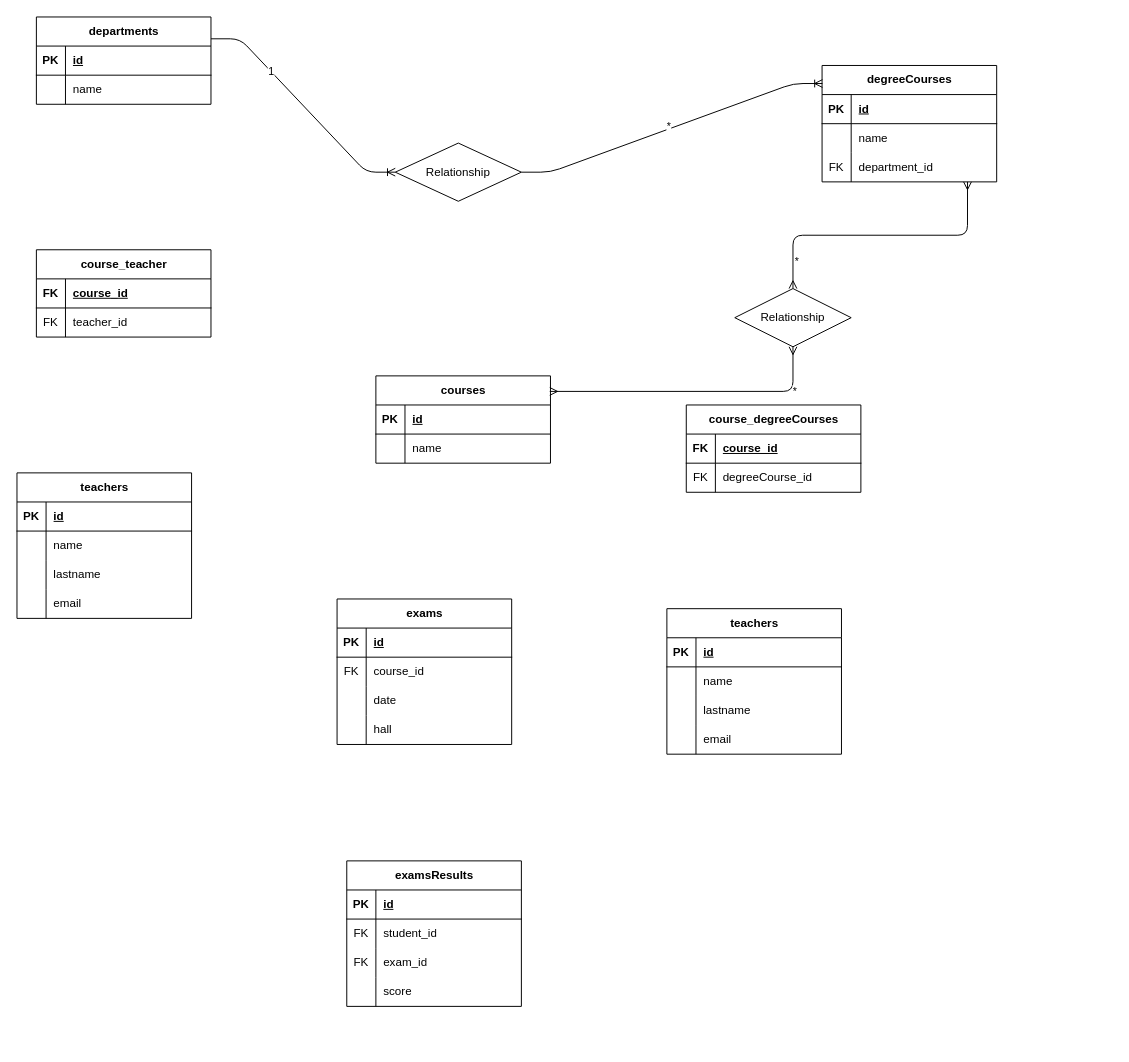
NavodContrath/db-university keeps this draw.io diagram as university.DRAWIO. Above is the earlier version. Source tidied: cells renumbered, new cells numbered last; positions are measured from the earlier drawing's top-left corner, leaving out a move shared by most shapes. Both pictures are drawn from the tidied source at 97%, with x=0, y=0 at pixel (16, 16).
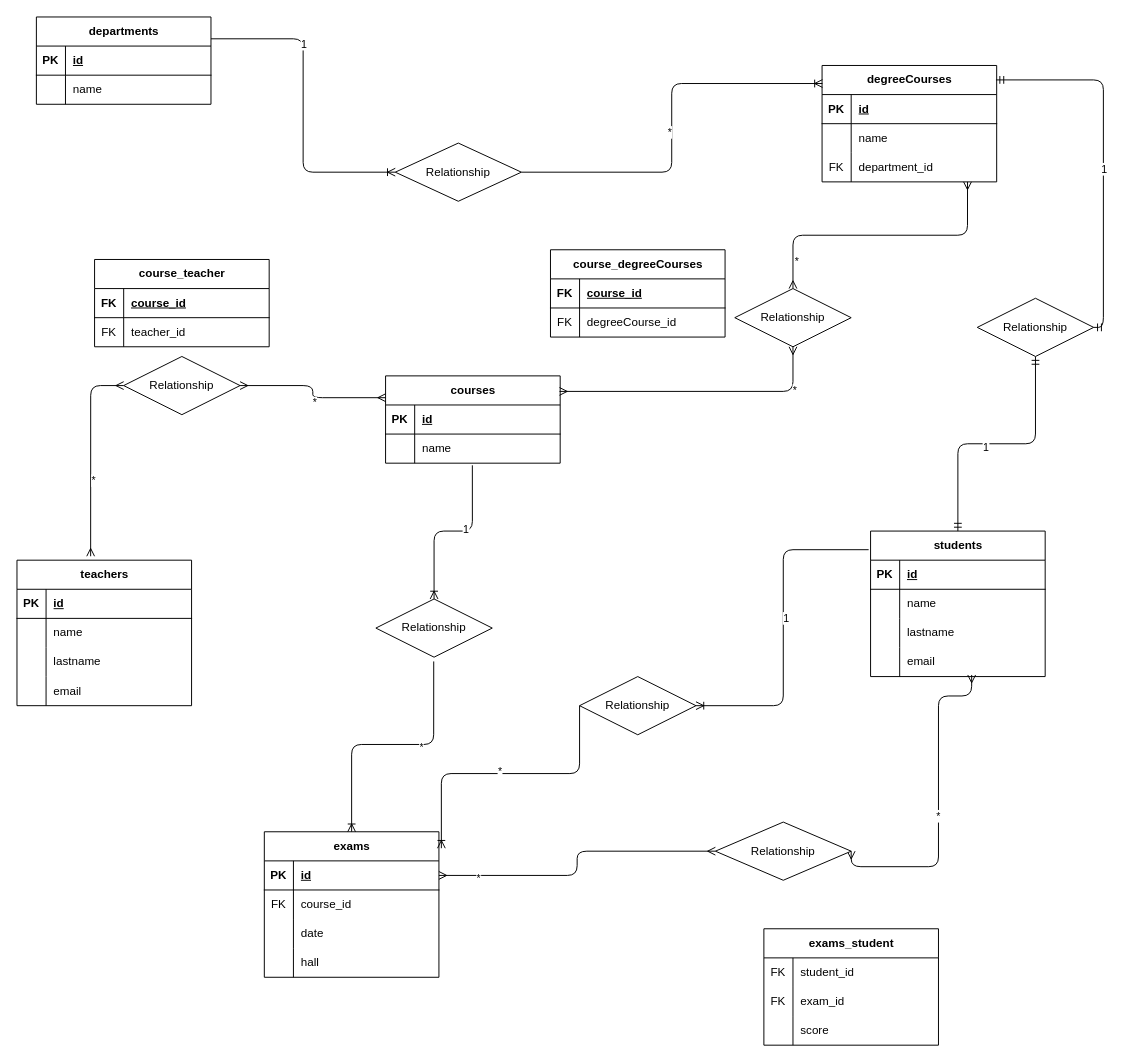
The same diagram, later.

Commit message:
Update university diagram to adjust entity positions and add relationships

The change refers to these unchanged cells:
```xml
<mxCell id="2" value="departments" style="shape=table;startSize=30;childLayout=tableLayout;rowLines=0;fontStyle=1;align=center;html=1;" parent="1" vertex="1">
  <mxGeometry x="20" width="180" height="90" as="geometry" />
</mxCell>
<mxCell id="9" value="degreeCourses" style="shape=table;startSize=30;childLayout=tableLayout;rowLines=0;fontStyle=1;align=center;html=1;" parent="1" vertex="1">
  <mxGeometry x="830" y="50" width="180" height="120" as="geometry" />
</mxCell>
<mxCell id="23" style="shape=tableRow;horizontal=0;startSize=0;swimlaneHead=0;swimlaneBody=0;fillColor=none;points=[[0,0.5],[1,0.5]];portConstraint=eastwest;top=0;left=0;right=0;bottom=0;" parent="19" vertex="1">
  <mxGeometry y="60" width="180" height="30" as="geometry" />
</mxCell>
<mxCell id="56" style="shape=tableRow;horizontal=0;startSize=0;swimlaneHead=0;swimlaneBody=0;fillColor=none;points=[[0,0.5],[1,0.5]];portConstraint=eastwest;top=0;left=0;right=0;bottom=0;" parent="46" vertex="1">
  <mxGeometry y="120" width="180" height="30" as="geometry" />
</mxCell>
<mxCell id="67" style="shape=tableRow;horizontal=0;startSize=0;swimlaneHead=0;swimlaneBody=0;fillColor=none;points=[[0,0.5],[1,0.5]];portConstraint=eastwest;top=0;left=0;right=0;bottom=1;" parent="66" vertex="1">
  <mxGeometry y="30" width="180" height="30" as="geometry" />
</mxCell>
<mxCell id="96" value="Relationship" style="shape=rhombus;perimeter=rhombusPerimeter;whiteSpace=wrap;html=1;align=center;" parent="1" vertex="1">
  <mxGeometry x="390" y="130" width="130" height="60" as="geometry" />
</mxCell>
```

Diff of the diagram source:
```diff
@@
     <mxCell id="19" value="courses" style="shape=table;startSize=30;childLayout=tableLayout;rowLines=0;fontStyle=1;align=center;html=1;" parent="1" vertex="1">
-      <mxGeometry x="370" y="370" width="180" height="90" as="geometry" />
+      <mxGeometry x="380" y="370" width="180" height="90" as="geometry" />
     </mxCell>
@@
     <mxCell id="26" value="course_degreeCourses" style="shape=table;startSize=30;childLayout=tableLayout;rowLines=0;fontStyle=1;align=center;html=1;" parent="1" vertex="1">
-      <mxGeometry x="690" y="400" width="180" height="90" as="geometry" />
+      <mxGeometry x="550" y="240" width="180" height="90" as="geometry" />
     </mxCell>
@@
     <mxCell id="33" value="teachers" style="shape=table;startSize=30;childLayout=tableLayout;rowLines=0;fontStyle=1;align=center;html=1;" parent="1" vertex="1">
-      <mxGeometry y="470" width="180" height="150" as="geometry" />
+      <mxGeometry y="560" width="180" height="150" as="geometry" />
     </mxCell>
@@
-    <mxCell id="46" value="teachers" style="shape=table;startSize=30;childLayout=tableLayout;rowLines=0;fontStyle=1;align=center;html=1;" parent="1" vertex="1">
-      <mxGeometry x="670" y="610" width="180" height="150" as="geometry" />
+    <mxCell id="46" value="students" style="shape=table;startSize=30;childLayout=tableLayout;rowLines=0;fontStyle=1;align=center;html=1;" parent="1" vertex="1">
+      <mxGeometry x="880" y="530" width="180" height="150" as="geometry" />
     </mxCell>
@@
     <mxCell id="59" value="course_teacher" style="shape=table;startSize=30;childLayout=tableLayout;rowLines=0;fontStyle=1;align=center;html=1;" parent="1" vertex="1">
-      <mxGeometry x="20" y="240" width="180" height="90" as="geometry" />
+      <mxGeometry x="80" y="250" width="180" height="90" as="geometry" />
     </mxCell>
@@
     <mxCell id="66" value="exams" style="shape=table;startSize=30;childLayout=tableLayout;rowLines=0;fontStyle=1;align=center;html=1;" parent="1" vertex="1">
-      <mxGeometry x="330" y="600" width="180" height="150" as="geometry" />
+      <mxGeometry x="255" y="840" width="180" height="150" as="geometry" />
     </mxCell>
@@
-    <mxCell id="79" value="examsResults" style="shape=table;startSize=30;childLayout=tableLayout;rowLines=0;fontStyle=1;align=center;html=1;" parent="1" vertex="1">
-      <mxGeometry x="340" y="870" width="180" height="150" as="geometry" />
-    </mxCell>
-    <mxCell id="80" style="shape=tableRow;horizontal=0;startSize=0;swimlaneHead=0;swimlaneBody=0;fillColor=none;top=0;left=0;right=0;bottom=1;" parent="79" vertex="1">
-      <mxGeometry y="30" width="180" height="30" as="geometry" />
-    </mxCell>
-    <mxCell id="81" value="PK" style="shape=partialRectangle;fillColor=none;top=0;left=0;bottom=0;right=0;fontStyle=1;overflow=hidden;whiteSpace=wrap;html=1;" parent="80" vertex="1">
-      <mxGeometry width="30" height="30" as="geometry" />
-    </mxCell>
-    <mxCell id="82" value="id" style="shape=partialRectangle;fillColor=none;top=0;left=0;bottom=0;right=0;align=left;spacingLeft=6;fontStyle=5;overflow=hidden;whiteSpace=wrap;html=1;" parent="80" vertex="1">
-      <mxGeometry x="30" width="150" height="30" as="geometry" />
-    </mxCell>
-    <mxCell id="83" style="shape=tableRow;horizontal=0;startSize=0;swimlaneHead=0;swimlaneBody=0;fillColor=none;top=0;left=0;right=0;bottom=0;" parent="79" vertex="1">
-      <mxGeometry y="60" width="180" height="30" as="geometry" />
-    </mxCell>
-    <mxCell id="84" value="FK" style="shape=partialRectangle;fillColor=none;top=0;left=0;bottom=0;right=0;overflow=hidden;whiteSpace=wrap;html=1;" parent="83" vertex="1">
-      <mxGeometry width="30" height="30" as="geometry" />
-    </mxCell>
-    <mxCell id="85" value="student_id" style="shape=partialRectangle;fillColor=none;top=0;left=0;bottom=0;right=0;align=left;spacingLeft=6;overflow=hidden;whiteSpace=wrap;html=1;" parent="83" vertex="1">
-      <mxGeometry x="30" width="150" height="30" as="geometry" />
-    </mxCell>
-    <mxCell id="86" style="shape=tableRow;horizontal=0;startSize=0;swimlaneHead=0;swimlaneBody=0;fillColor=none;top=0;left=0;right=0;bottom=0;" parent="79" vertex="1">
-      <mxGeometry y="90" width="180" height="30" as="geometry" />
-    </mxCell>
-    <mxCell id="87" value="FK" style="shape=partialRectangle;fillColor=none;top=0;left=0;bottom=0;right=0;overflow=hidden;whiteSpace=wrap;html=1;" parent="86" vertex="1">
-      <mxGeometry width="30" height="30" as="geometry" />
-    </mxCell>
-    <mxCell id="88" value="exam_id" style="shape=partialRectangle;fillColor=none;top=0;left=0;bottom=0;right=0;align=left;spacingLeft=6;overflow=hidden;whiteSpace=wrap;html=1;" parent="86" vertex="1">
-      <mxGeometry x="30" width="150" height="30" as="geometry" />
-    </mxCell>
-    <mxCell id="89" style="shape=tableRow;horizontal=0;startSize=0;swimlaneHead=0;swimlaneBody=0;fillColor=none;top=0;left=0;right=0;bottom=0;" parent="79" vertex="1">
-      <mxGeometry y="120" width="180" height="30" as="geometry" />
-    </mxCell>
-    <mxCell id="90" style="shape=partialRectangle;fillColor=none;top=0;left=0;bottom=0;right=0;overflow=hidden;whiteSpace=wrap;html=1;" parent="89" vertex="1">
-      <mxGeometry width="30" height="30" as="geometry" />
-    </mxCell>
-    <mxCell id="91" value="score" style="shape=partialRectangle;fillColor=none;top=0;left=0;bottom=0;right=0;align=left;spacingLeft=6;overflow=hidden;whiteSpace=wrap;html=1;" parent="89" vertex="1">
-      <mxGeometry x="30" width="150" height="30" as="geometry" />
-    </mxCell>
-    <mxCell id="92" style="edgeStyle=entityRelationEdgeStyle;fontSize=12;html=1;endArrow=ERoneToMany;exitX=1;exitY=0.5;exitDx=0;exitDy=0;entryX=0.002;entryY=0.155;entryDx=0;entryDy=0;entryPerimeter=0;" parent="1" edge="1" source="96" target="9">
+    <mxCell id="92" style="edgeStyle=orthogonalEdgeStyle;fontSize=12;html=1;endArrow=ERoneToMany;exitX=1;exitY=0.5;exitDx=0;exitDy=0;entryX=0.002;entryY=0.155;entryDx=0;entryDy=0;entryPerimeter=0;" parent="1" edge="1" source="96" target="9">
       <mxGeometry relative="1" as="geometry" />
     </mxCell>
@@
-    <mxCell id="94" style="edgeStyle=entityRelationEdgeStyle;fontSize=12;html=1;endArrow=ERoneToMany;exitX=1;exitY=0.25;exitDx=0;exitDy=0;entryX=0;entryY=0.5;entryDx=0;entryDy=0;" parent="1" edge="1" source="2" target="96">
+    <mxCell id="94" style="edgeStyle=orthogonalEdgeStyle;fontSize=12;html=1;endArrow=ERoneToMany;exitX=1;exitY=0.25;exitDx=0;exitDy=0;entryX=0;entryY=0.5;entryDx=0;entryDy=0;" parent="1" edge="1" source="2" target="96">
       <mxGeometry relative="1" as="geometry" />
     </mxCell>
@@
+    <mxCell id="102" style="fontSize=12;html=1;endArrow=ERmany;startArrow=ERmany;entryX=0;entryY=0.25;entryDx=0;entryDy=0;exitX=1;exitY=0.5;exitDx=0;exitDy=0;edgeStyle=orthogonalEdgeStyle;" parent="1" edge="1" source="106" target="19">
+      <mxGeometry relative="1" as="geometry" />
+    </mxCell>
+    <mxCell id="103" value="*" style="edgeLabel;html=1;align=center;verticalAlign=middle;" parent="102" vertex="1">
+      <mxGeometry x="0.09" y="-5" relative="1" as="geometry" />
+    </mxCell>
+    <mxCell id="104" style="fontSize=12;html=1;endArrow=ERmany;startArrow=ERmany;entryX=0;entryY=0.5;entryDx=0;entryDy=0;exitX=0.422;exitY=-0.027;exitDx=0;exitDy=0;exitPerimeter=0;edgeStyle=orthogonalEdgeStyle;" parent="1" edge="1" source="33" target="106">
+      <mxGeometry relative="1" as="geometry" />
+    </mxCell>
+    <mxCell id="105" value="*" style="edgeLabel;html=1;align=center;verticalAlign=middle;" parent="104" vertex="1">
+      <mxGeometry x="-0.26" y="-3" relative="1" as="geometry" />
+    </mxCell>
+    <mxCell id="106" value="Relationship" style="shape=rhombus;perimeter=rhombusPerimeter;whiteSpace=wrap;html=1;align=center;" parent="1" vertex="1">
+      <mxGeometry x="110" y="350" width="120" height="60" as="geometry" />
+    </mxCell>
+    <mxCell id="107" style="edgeStyle=orthogonalEdgeStyle;fontSize=12;html=1;endArrow=ERoneToMany;exitX=0.497;exitY=1.073;exitDx=0;exitDy=0;exitPerimeter=0;entryX=0.5;entryY=0;entryDx=0;entryDy=0;" parent="1" edge="1" source="111" target="66">
+      <mxGeometry relative="1" as="geometry" />
+    </mxCell>
+    <mxCell id="108" value="*" style="edgeLabel;html=1;align=center;verticalAlign=middle;" parent="107" vertex="1">
+      <mxGeometry x="-0.24" y="2" relative="1" as="geometry" />
+    </mxCell>
+    <mxCell id="109" style="edgeStyle=orthogonalEdgeStyle;fontSize=12;html=1;endArrow=ERoneToMany;exitX=0.497;exitY=1.073;exitDx=0;exitDy=0;exitPerimeter=0;entryX=0.5;entryY=0;entryDx=0;entryDy=0;" parent="1" edge="1" source="23" target="111">
+      <mxGeometry relative="1" as="geometry">
+        <Array as="points">
+          <mxPoint x="470" y="530" />
+          <mxPoint x="430" y="530" />
+        </Array>
+      </mxGeometry>
+    </mxCell>
+    <mxCell id="110" value="1" style="edgeLabel;html=1;align=center;verticalAlign=middle;" parent="109" vertex="1">
+      <mxGeometry x="-0.15" y="-3" relative="1" as="geometry" />
+    </mxCell>
+    <mxCell id="111" value="Relationship" style="shape=rhombus;perimeter=rhombusPerimeter;whiteSpace=wrap;html=1;align=center;" parent="1" vertex="1">
+      <mxGeometry x="370" y="600" width="120" height="60" as="geometry" />
+    </mxCell>
+    <mxCell id="112" style="edgeStyle=orthogonalEdgeStyle;fontSize=12;html=1;endArrow=ERoneToMany;exitX=0;exitY=0.5;exitDx=0;exitDy=0;entryX=1.014;entryY=0.113;entryDx=0;entryDy=0;entryPerimeter=0;" parent="1" edge="1" source="116" target="66">
+      <mxGeometry relative="1" as="geometry">
+        <Array as="points">
+          <mxPoint x="580" y="780" />
+          <mxPoint x="437" y="780" />
+        </Array>
+      </mxGeometry>
+    </mxCell>
+    <mxCell id="113" value="*" style="edgeLabel;html=1;align=center;verticalAlign=middle;" parent="112" vertex="1">
+      <mxGeometry x="0.06" y="-3" relative="1" as="geometry" />
+    </mxCell>
+    <mxCell id="114" style="edgeStyle=orthogonalEdgeStyle;fontSize=12;html=1;endArrow=ERoneToMany;exitX=-0.011;exitY=0.128;exitDx=0;exitDy=0;exitPerimeter=0;entryX=1;entryY=0.5;entryDx=0;entryDy=0;" parent="1" edge="1" source="46" target="116">
+      <mxGeometry relative="1" as="geometry" />
+    </mxCell>
+    <mxCell id="115" value="1" style="edgeLabel;html=1;align=center;verticalAlign=middle;" parent="114" vertex="1">
+      <mxGeometry x="-0.07" y="2" relative="1" as="geometry" />
+    </mxCell>
+    <mxCell id="116" value="Relationship" style="shape=rhombus;perimeter=rhombusPerimeter;whiteSpace=wrap;html=1;align=center;" parent="1" vertex="1">
+      <mxGeometry x="580" y="680" width="120" height="60" as="geometry" />
+    </mxCell>
+    <mxCell id="117" style="edgeStyle=orthogonalEdgeStyle;fontSize=12;html=1;endArrow=ERmandOne;startArrow=ERmandOne;exitX=1;exitY=0.5;exitDx=0;exitDy=0;entryX=0.996;entryY=0.124;entryDx=0;entryDy=0;entryPerimeter=0;" parent="1" edge="1" source="121" target="9">
+      <mxGeometry relative="1" as="geometry" />
+    </mxCell>
+    <mxCell id="118" value="1" style="edgeLabel;html=1;align=center;verticalAlign=middle;" parent="117" vertex="1">
+      <mxGeometry x="-0.07" relative="1" as="geometry">
+        <mxPoint y="1" as="offset" />
+      </mxGeometry>
+    </mxCell>
+    <mxCell id="119" style="edgeStyle=orthogonalEdgeStyle;fontSize=12;html=1;endArrow=ERmandOne;startArrow=ERmandOne;exitX=0.5;exitY=0;exitDx=0;exitDy=0;entryX=0.5;entryY=1;entryDx=0;entryDy=0;" parent="1" edge="1" source="46" target="121">
+      <mxGeometry relative="1" as="geometry" />
+    </mxCell>
+    <mxCell id="120" value="1" style="edgeLabel;html=1;align=center;verticalAlign=middle;" parent="119" vertex="1">
+      <mxGeometry x="-0.09" y="-3" relative="1" as="geometry" />
+    </mxCell>
+    <mxCell id="121" value="Relationship" style="shape=rhombus;perimeter=rhombusPerimeter;whiteSpace=wrap;html=1;align=center;" parent="1" vertex="1">
+      <mxGeometry x="990" y="290" width="120" height="60" as="geometry" />
+    </mxCell>
+    <mxCell id="79" value="exams_student" style="shape=table;startSize=30;childLayout=tableLayout;rowLines=0;fontStyle=1;align=center;html=1;" parent="1" vertex="1">
+      <mxGeometry x="770" y="940" width="180" height="120" as="geometry" />
+    </mxCell>
+    <mxCell id="83" style="shape=tableRow;horizontal=0;startSize=0;swimlaneHead=0;swimlaneBody=0;fillColor=none;top=0;left=0;right=0;bottom=0;" parent="79" vertex="1">
+      <mxGeometry y="30" width="180" height="30" as="geometry" />
+    </mxCell>
+    <mxCell id="84" value="FK" style="shape=partialRectangle;fillColor=none;top=0;left=0;bottom=0;right=0;overflow=hidden;whiteSpace=wrap;html=1;" parent="83" vertex="1">
+      <mxGeometry width="30" height="30" as="geometry" />
+    </mxCell>
+    <mxCell id="85" value="student_id" style="shape=partialRectangle;fillColor=none;top=0;left=0;bottom=0;right=0;align=left;spacingLeft=6;overflow=hidden;whiteSpace=wrap;html=1;" parent="83" vertex="1">
+      <mxGeometry x="30" width="150" height="30" as="geometry" />
+    </mxCell>
+    <mxCell id="86" style="shape=tableRow;horizontal=0;startSize=0;swimlaneHead=0;swimlaneBody=0;fillColor=none;top=0;left=0;right=0;bottom=0;" parent="79" vertex="1">
+      <mxGeometry y="60" width="180" height="30" as="geometry" />
+    </mxCell>
+    <mxCell id="87" value="FK" style="shape=partialRectangle;fillColor=none;top=0;left=0;bottom=0;right=0;overflow=hidden;whiteSpace=wrap;html=1;" parent="86" vertex="1">
+      <mxGeometry width="30" height="30" as="geometry" />
+    </mxCell>
+    <mxCell id="88" value="exam_id" style="shape=partialRectangle;fillColor=none;top=0;left=0;bottom=0;right=0;align=left;spacingLeft=6;overflow=hidden;whiteSpace=wrap;html=1;" parent="86" vertex="1">
+      <mxGeometry x="30" width="150" height="30" as="geometry" />
+    </mxCell>
+    <mxCell id="89" style="shape=tableRow;horizontal=0;startSize=0;swimlaneHead=0;swimlaneBody=0;fillColor=none;top=0;left=0;right=0;bottom=0;" parent="79" vertex="1">
+      <mxGeometry y="90" width="180" height="30" as="geometry" />
+    </mxCell>
+    <mxCell id="90" style="shape=partialRectangle;fillColor=none;top=0;left=0;bottom=0;right=0;overflow=hidden;whiteSpace=wrap;html=1;" parent="89" vertex="1">
+      <mxGeometry width="30" height="30" as="geometry" />
+    </mxCell>
+    <mxCell id="91" value="score" style="shape=partialRectangle;fillColor=none;top=0;left=0;bottom=0;right=0;align=left;spacingLeft=6;overflow=hidden;whiteSpace=wrap;html=1;" parent="89" vertex="1">
+      <mxGeometry x="30" width="150" height="30" as="geometry" />
+    </mxCell>
+    <mxCell id="122" style="edgeStyle=orthogonalEdgeStyle;fontSize=12;html=1;endArrow=ERmany;startArrow=ERmany;exitX=1;exitY=0.5;exitDx=0;exitDy=0;entryX=0.579;entryY=0.945;entryDx=0;entryDy=0;entryPerimeter=0;" parent="1" edge="1" source="126" target="56">
+      <mxGeometry relative="1" as="geometry">
+        <Array as="points">
+          <mxPoint x="860" y="876" />
+          <mxPoint x="950" y="876" />
+          <mxPoint x="950" y="700" />
+          <mxPoint x="984" y="700" />
+        </Array>
+      </mxGeometry>
+    </mxCell>
+    <mxCell id="123" value="*&amp;nbsp;&amp;nbsp;" style="edgeLabel;html=1;align=center;verticalAlign=middle;" parent="122" vertex="1">
+      <mxGeometry x="-0.06" y="-2" relative="1" as="geometry" />
+    </mxCell>
+    <mxCell id="124" style="edgeStyle=orthogonalEdgeStyle;fontSize=12;html=1;endArrow=ERmany;startArrow=ERmany;exitX=1;exitY=0.5;exitDx=0;exitDy=0;entryX=0;entryY=0.5;entryDx=0;entryDy=0;" parent="1" edge="1" source="67" target="126">
+      <mxGeometry relative="1" as="geometry" />
+    </mxCell>
+    <mxCell id="125" value="*" style="edgeLabel;html=1;align=center;verticalAlign=middle;" parent="124" vertex="1">
+      <mxGeometry x="-0.74" y="-2" relative="1" as="geometry" />
+    </mxCell>
+    <mxCell id="126" value="Relationship" style="shape=rhombus;perimeter=rhombusPerimeter;whiteSpace=wrap;html=1;align=center;" parent="1" vertex="1">
+      <mxGeometry x="720" y="830" width="140" height="60" as="geometry" />
+    </mxCell>
```
